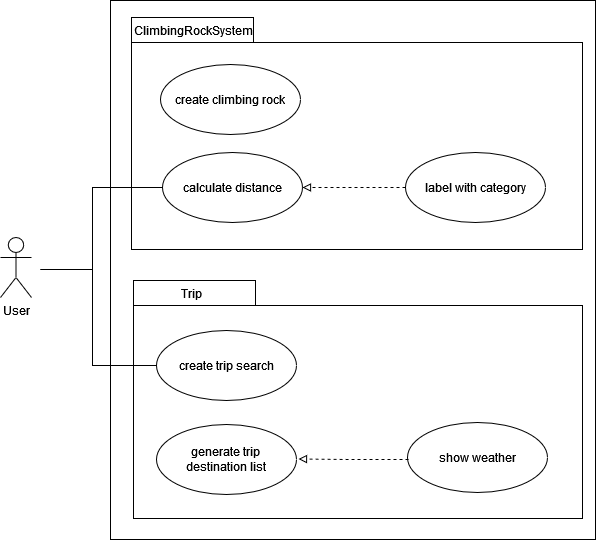
The draw.io diagram planOnRocks_UCD.png in eicul04/PlanOnRocks-documentation, before a commit. Source tidied: cells renumbered, new cells last; positions are measured from the earlier drawing's top-left corner, leaving out a move shared by most shapes.
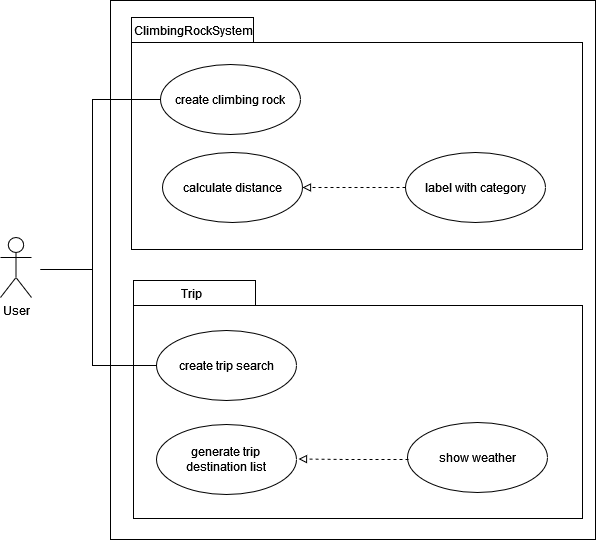
Later version of the same file.

What changed in the source:
```diff
@@ -23,7 +23,7 @@
     <mxCell id="8" value="create trip search" style="ellipse;whiteSpace=wrap;html=1;" parent="1" vertex="1">
       <mxGeometry x="156" y="330" width="140" height="70" as="geometry" />
     </mxCell>
-    <mxCell id="9" style="edgeStyle=elbowEdgeStyle;rounded=0;jettySize=auto;html=1;endArrow=none;endFill=0;" parent="1" edge="1" source="10">
+    <mxCell id="9" style="edgeStyle=elbowEdgeStyle;rounded=0;jettySize=auto;html=1;endArrow=none;endFill=0;exitX=0;exitY=0.5;exitDx=0;exitDy=0;" parent="1" edge="1" source="5">
       <mxGeometry relative="1" as="geometry">
         <mxPoint x="40" y="269" as="targetPoint" />
         <Array as="points">
```
